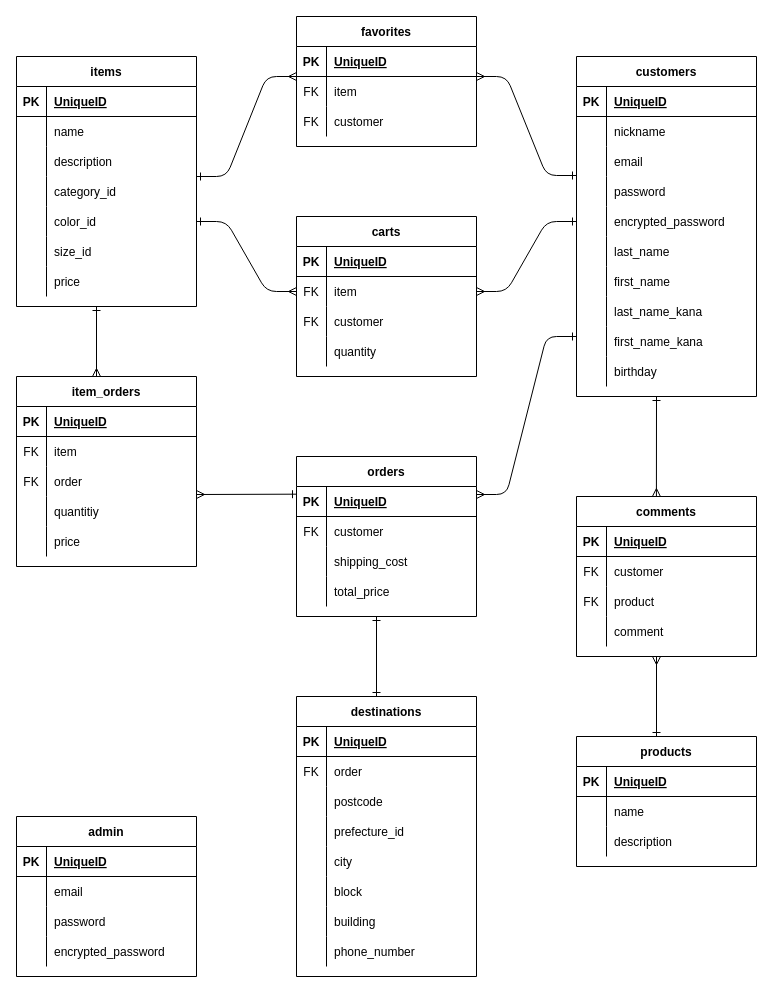
Earlier version of the draw.io diagram mybrand.dio (jtghjt/mybrand). Source tidied: cells renumbered, new cells numbered last; positions are measured from the earlier drawing's top-left corner, leaving out a move shared by most shapes. Both pictures are drawn from the tidied source at 100%, with x=0, y=0 at pixel (16, 16).
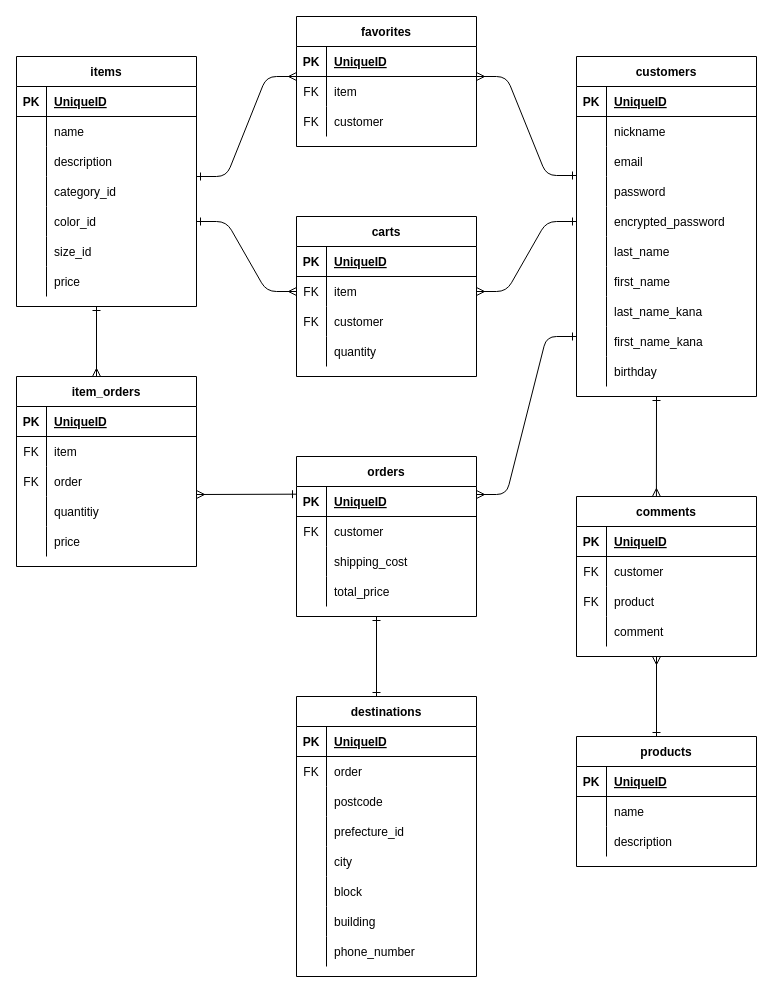
The same diagram, later.

Commit message (it also covers changes not shown here):
README作成、ER図修正

Change to the diagram source:
```diff
@@
-    <mxCell id="167" value="admin" style="shape=table;startSize=30;childLayout=tableLayout;rowLines=0;fontStyle=1;align=center;" parent="1" vertex="1">
-      <mxGeometry y="800" width="180" height="160" as="geometry" />
-    </mxCell>
-    <mxCell id="168" style="shape=partialRectangle;fillColor=none;top=0;left=0;bottom=1;right=0;" parent="167" vertex="1">
-      <mxGeometry y="30" width="180" height="30" as="geometry" />
-    </mxCell>
-    <mxCell id="169" value="PK" style="shape=partialRectangle;fillColor=none;top=0;left=0;bottom=0;right=0;fontStyle=1;overflow=hidden;" parent="168" vertex="1">
-      <mxGeometry width="30" height="30" as="geometry" />
-    </mxCell>
-    <mxCell id="170" value="UniqueID" style="shape=partialRectangle;fillColor=none;top=0;left=0;bottom=0;right=0;align=left;spacingLeft=6;fontStyle=5;overflow=hidden;" parent="168" vertex="1">
-      <mxGeometry x="30" width="150" height="30" as="geometry" />
-    </mxCell>
-    <mxCell id="171" style="shape=partialRectangle;fillColor=none;top=0;left=0;bottom=0;right=0;" parent="167" vertex="1">
-      <mxGeometry y="60" width="180" height="30" as="geometry" />
-    </mxCell>
-    <mxCell id="172" style="shape=partialRectangle;fillColor=none;top=0;left=0;bottom=0;right=0;overflow=hidden;" parent="171" vertex="1">
-      <mxGeometry width="30" height="30" as="geometry" />
-    </mxCell>
-    <mxCell id="173" value="email" style="shape=partialRectangle;fillColor=none;top=0;left=0;bottom=0;right=0;align=left;spacingLeft=6;overflow=hidden;" parent="171" vertex="1">
-      <mxGeometry x="30" width="150" height="30" as="geometry" />
-    </mxCell>
-    <mxCell id="174" style="shape=partialRectangle;fillColor=none;top=0;left=0;bottom=0;right=0;" parent="167" vertex="1">
-      <mxGeometry y="90" width="180" height="30" as="geometry" />
-    </mxCell>
-    <mxCell id="175" style="shape=partialRectangle;fillColor=none;top=0;left=0;bottom=0;right=0;overflow=hidden;" parent="174" vertex="1">
-      <mxGeometry width="30" height="30" as="geometry" />
-    </mxCell>
-    <mxCell id="176" value="password" style="shape=partialRectangle;fillColor=none;top=0;left=0;bottom=0;right=0;align=left;spacingLeft=6;overflow=hidden;" parent="174" vertex="1">
-      <mxGeometry x="30" width="150" height="30" as="geometry" />
-    </mxCell>
-    <mxCell id="177" style="shape=partialRectangle;fillColor=none;top=0;left=0;bottom=0;right=0;" parent="167" vertex="1">
-      <mxGeometry y="120" width="180" height="30" as="geometry" />
-    </mxCell>
-    <mxCell id="178" style="shape=partialRectangle;fillColor=none;top=0;left=0;bottom=0;right=0;overflow=hidden;" parent="177" vertex="1">
-      <mxGeometry width="30" height="30" as="geometry" />
-    </mxCell>
-    <mxCell id="179" value="encrypted_password" style="shape=partialRectangle;fillColor=none;top=0;left=0;bottom=0;right=0;align=left;spacingLeft=6;overflow=hidden;" parent="177" vertex="1">
-      <mxGeometry x="30" width="150" height="30" as="geometry" />
-    </mxCell>
```
